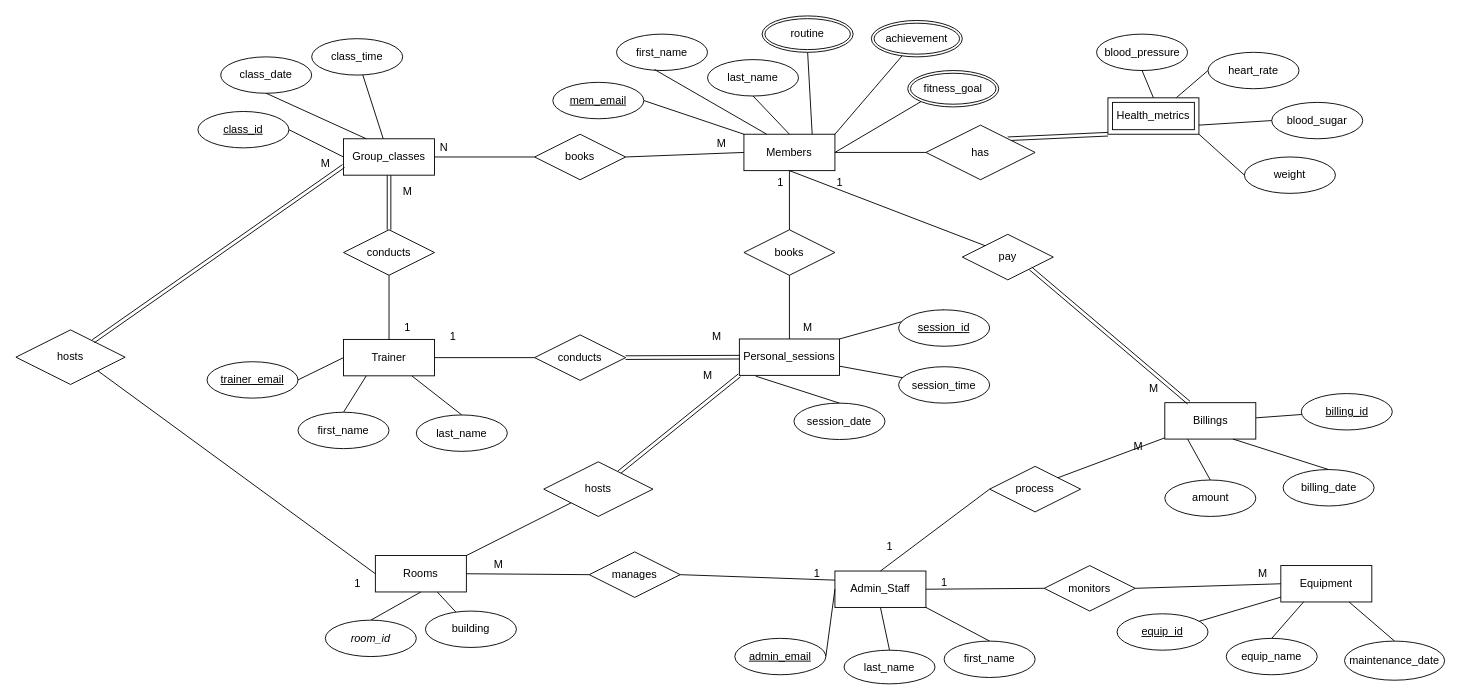
Before: design_diagrams/ER_Model.drawio in Areej504/UrHealthApp, a draw.io diagram. Source tidied: cells renumbered, new cells numbered last; positions are measured from the earlier drawing's top-left corner, leaving out a move shared by most shapes. Both pictures are drawn from the tidied source at 91%, with x=0, y=0 at pixel (15, 15).
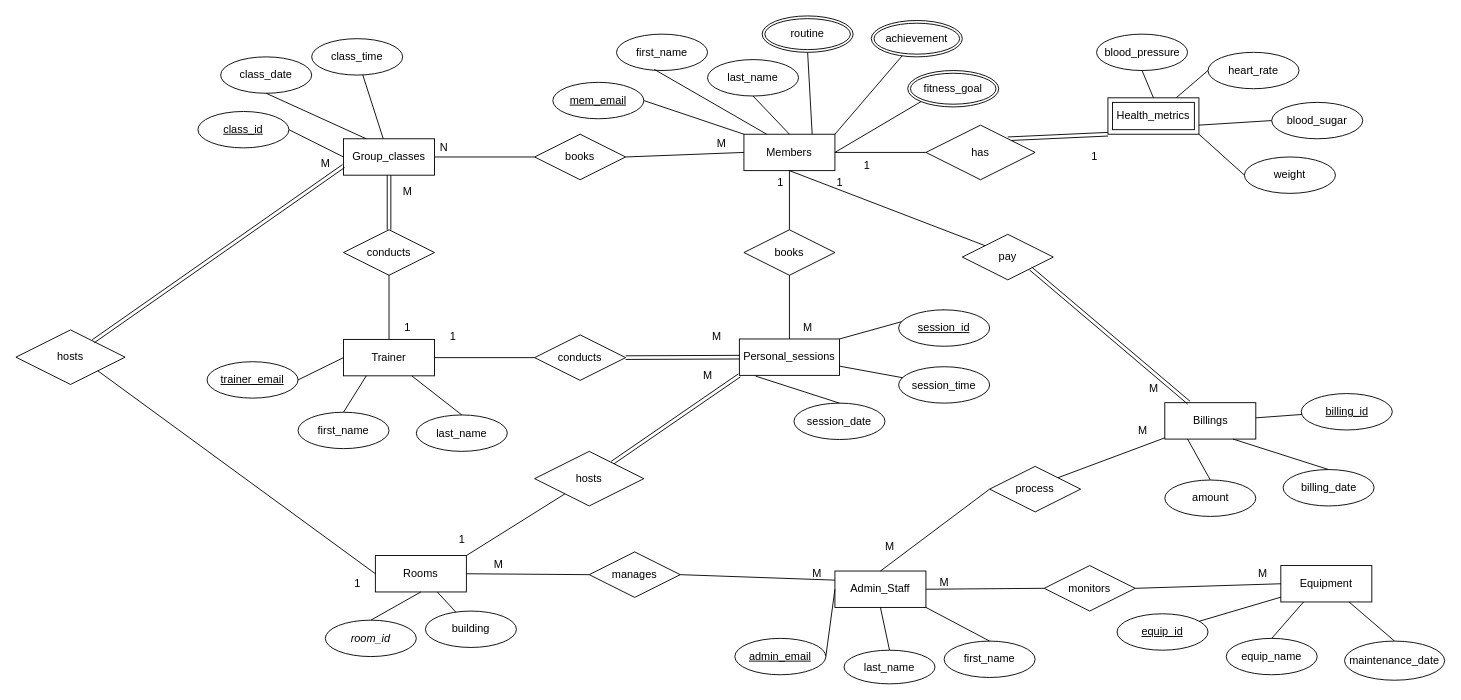
After the change.

Commit message (it also covers changes not shown here):
Updated DDL and diagrams

The edit, as a diff of the source:
```diff
@@
     <mxCell id="101" value="hosts" style="shape=rhombus;perimeter=rhombusPerimeter;whiteSpace=wrap;html=1;align=center;" parent="1" vertex="1">
-      <mxGeometry x="580" y="490" width="120" height="60" as="geometry" />
+      <mxGeometry x="570" y="478.5" width="120" height="60" as="geometry" />
     </mxCell>
@@
-    <mxCell id="117" value="1" style="text;html=1;align=center;verticalAlign=middle;strokeColor=none;fillColor=none;" parent="1" vertex="1">
+    <mxCell id="117" value="M" style="text;html=1;align=center;verticalAlign=middle;strokeColor=none;fillColor=none;" parent="1" vertex="1">
       <mxGeometry x="865" y="598" width="30" height="30" as="geometry" />
     </mxCell>
-    <mxCell id="118" value="1" style="text;html=1;align=center;verticalAlign=middle;strokeColor=none;fillColor=none;" parent="1" vertex="1">
+    <mxCell id="118" value="M" style="text;html=1;align=center;verticalAlign=middle;strokeColor=none;fillColor=none;" parent="1" vertex="1">
       <mxGeometry x="945" y="568" width="30" height="30" as="geometry" />
     </mxCell>
     <mxCell id="119" value="M" style="text;html=1;align=center;verticalAlign=middle;strokeColor=none;fillColor=none;" parent="1" vertex="1">
-      <mxGeometry x="1217.5" y="458" width="30" height="30" as="geometry" />
+      <mxGeometry x="1222.5" y="440.5" width="30" height="30" as="geometry" />
     </mxCell>
-    <mxCell id="120" value="1" style="text;html=1;align=center;verticalAlign=middle;strokeColor=none;fillColor=none;" parent="1" vertex="1">
+    <mxCell id="120" value="M" style="text;html=1;align=center;verticalAlign=middle;strokeColor=none;fillColor=none;" parent="1" vertex="1">
       <mxGeometry x="1005" y="608" width="30" height="30" as="geometry" />
     </mxCell>
@@
+    <mxCell id="131" value="1" style="text;html=1;align=center;verticalAlign=middle;strokeColor=none;fillColor=none;" parent="1" vertex="1">
+      <mxGeometry x="920" y="150" width="30" height="30" as="geometry" />
+    </mxCell>
+    <mxCell id="132" value="1" style="text;html=1;align=center;verticalAlign=middle;strokeColor=none;fillColor=none;" parent="1" vertex="1">
+      <mxGeometry x="1170" y="140" width="30" height="30" as="geometry" />
+    </mxCell>
+    <mxCell id="133" value="1&lt;div&gt;&lt;br&gt;&lt;/div&gt;" style="text;html=1;align=center;verticalAlign=middle;strokeColor=none;fillColor=none;" parent="1" vertex="1">
+      <mxGeometry x="475" y="563" width="30" height="40" as="geometry" />
+    </mxCell>
```
